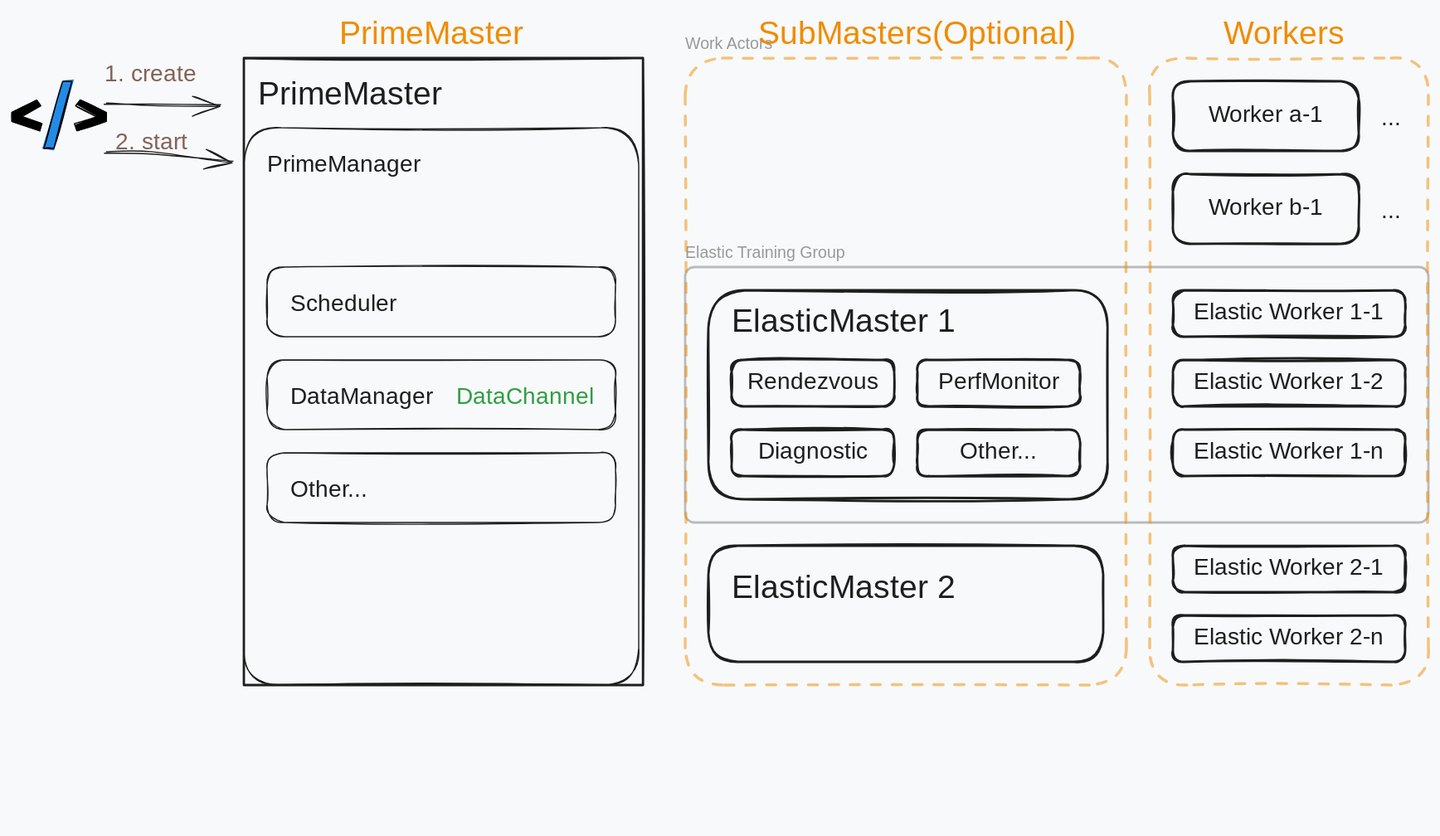
The Excalidraw diagram docs/figures/hybrid/architecture.excalidraw.svg in intelligent-machine-learning/dlrover, before a commit. Source tidied: one line per element, renumbered; positions are measured from the earlier drawing's top-left corner, leaving out a move shared by most shapes.
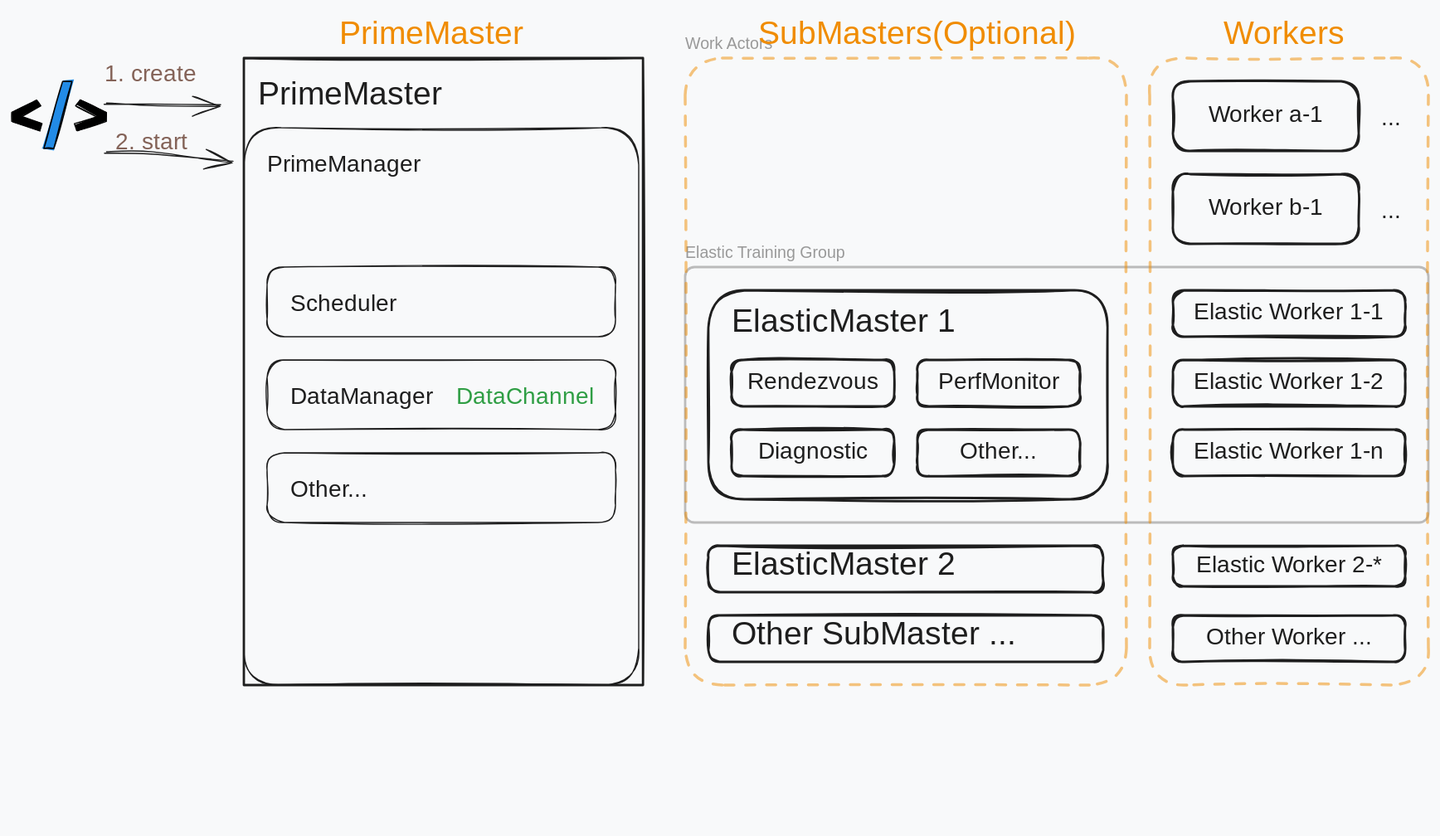
The same file after the commit.

Commit message:
Doc: architecture figure add more subMasters

Diff of the diagram source:
```diff
@@ -35,10 +35,10 @@
 {"id": 34, "type": "text", "text": "DataChannel", "strokeColor": "#2f9e44", "strokeWidth": 2, "roughness": 1, "fontSize": 20, "fontFamily": 5, "textAlign": "right", "x": 380, "y": 320, "width": 121, "height": 25}
 {"id": 35, "type": "rectangle", "strokeColor": "#1e1e1e", "strokeWidth": 1, "roughness": 1, "round": true, "x": 220, "y": 380, "width": 300, "height": 60}
 {"id": 36, "type": "text", "text": "Other...", "strokeColor": "#1e1e1e", "strokeWidth": 1, "roughness": 1, "fontSize": 20, "fontFamily": 5, "x": 240, "y": 400, "width": 200, "height": 25}
-{"id": 37, "type": "rectangle", "strokeColor": "#1e1e1e", "strokeWidth": 2, "roughness": 1, "round": true, "x": 600, "y": 460, "width": 340, "height": 100}
-{"id": 38, "type": "text", "text": "ElasticMaster 2", "strokeColor": "#1e1e1e", "strokeWidth": 2, "roughness": 1, "fontSize": 28, "fontFamily": 5, "x": 620, "y": 480, "width": 219, "height": 35}
+{"id": 52, "type": "rectangle", "strokeColor": "#1e1e1e", "strokeWidth": 2, "roughness": 1, "round": true, "x": 600, "y": 460, "width": 340, "height": 40}
+{"id": 53, "type": "text", "text": "ElasticMaster 2", "strokeColor": "#1e1e1e", "strokeWidth": 2, "roughness": 1, "fontSize": 28, "fontFamily": 5, "x": 620, "y": 460, "width": 219, "height": 35}
 {"id": 39, "type": "rectangle", "strokeColor": "#1e1e1e", "strokeWidth": 2, "roughness": 1, "round": true, "x": 1000, "y": 520, "width": 200, "height": 40}
-{"id": 40, "type": "text", "text": "Elastic Worker 2-n", "strokeColor": "#1e1e1e", "strokeWidth": 2, "roughness": 1, "fontSize": 20, "fontFamily": 5, "textAlign": "center", "verticalAlign": "middle", "inside": 39, "x": 1010, "y": 528, "width": 181, "height": 25}
+{"id": 40, "type": "text", "text": "Other Worker ...", "strokeColor": "#1e1e1e", "strokeWidth": 2, "roughness": 1, "fontSize": 20, "fontFamily": 5, "textAlign": "center", "verticalAlign": "middle", "inside": 39, "x": 1023, "y": 528, "width": 154, "height": 25}
 {"id": 41, "type": "text", "text": "...", "strokeColor": "#1e1e1e", "strokeWidth": 2, "roughness": 1, "fontSize": 20, "fontFamily": 5, "textAlign": "right", "x": 1180, "y": 80, "width": 16, "height": 25}
 {"id": 42, "type": "text", "text": "...", "strokeColor": "#1e1e1e", "strokeWidth": 2, "roughness": 1, "fontSize": 20, "fontFamily": 5, "textAlign": "right", "x": 1180, "y": 160, "width": 16, "height": 25}
 {"id": 43, "type": "rectangle", "strokeColor": "#f08c00", "strokeWidth": 2, "strokeStyle": "dashed", "roughness": 1, "opacity": 50, "round": true, "x": 980, "y": 40, "width": 240, "height": 540}
@@ -48,5 +48,7 @@
 {"id": 47, "type": "text", "text": "PrimeMaster", "strokeColor": "#f08c00", "backgroundColor": "#a5d8ff", "fillStyle": "solid", "strokeWidth": 2, "strokeStyle": "dashed", "roughness": 1, "fontSize": 28, "fontFamily": 6, "textAlign": "right", "x": 280, "y": 0, "width": 161, "height": 38}
 {"id": 48, "type": "rectangle", "strokeColor": "#1e1e1e", "strokeWidth": 2, "roughness": 1, "round": true, "x": 780, "y": 360, "width": 140, "height": 40}
 {"id": 49, "type": "text", "text": "Other...", "strokeColor": "#1e1e1e", "strokeWidth": 2, "roughness": 1, "fontSize": 20, "fontFamily": 5, "textAlign": "center", "verticalAlign": "middle", "inside": 48, "x": 814, "y": 368, "width": 72, "height": 25}
-{"id": 50, "type": "rectangle", "strokeColor": "#1e1e1e", "strokeWidth": 2, "roughness": 1, "round": true, "x": 1000, "y": 460, "width": 200, "height": 40}
+{"id": 50, "type": "rectangle", "strokeColor": "#1e1e1e", "strokeWidth": 2, "roughness": 1, "round": true, "x": 1000, "y": 460, "width": 200, "height": 35}
-{"id": 51, "type": "text", "text": "Elastic Worker 2-1", "strokeColor": "#1e1e1e", "strokeWidth": 2, "roughness": 1, "fontSize": 20, "fontFamily": 5, "textAlign": "center", "verticalAlign": "middle", "inside": 50, "x": 1011, "y": 468, "width": 178, "height": 25}
+{"id": 51, "type": "text", "text": "Elastic Worker 2-*", "strokeColor": "#1e1e1e", "strokeWidth": 2, "roughness": 1, "fontSize": 20, "fontFamily": 5, "textAlign": "center", "verticalAlign": "middle", "inside": 50, "x": 1010, "y": 465, "width": 181, "height": 25}
+{"id": 37, "type": "rectangle", "strokeColor": "#1e1e1e", "strokeWidth": 2, "roughness": 1, "round": true, "x": 600, "y": 520, "width": 340, "height": 40}
+{"id": 38, "type": "text", "text": "Other SubMaster ...", "strokeColor": "#1e1e1e", "strokeWidth": 2, "roughness": 1, "fontSize": 28, "fontFamily": 5, "x": 620, "y": 520, "width": 268, "height": 35}
```
